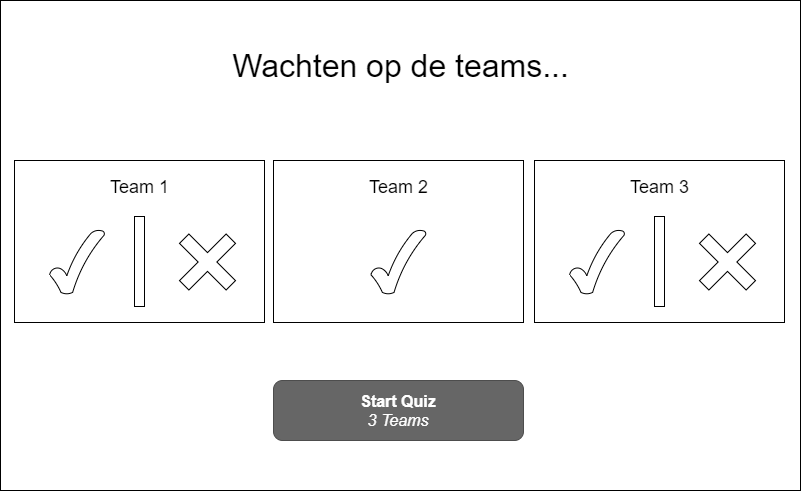
This is Software Guidebook/wireframes/wireframes-Master (applications).png from Patrickroelofs/HANICA-DWA-Quizzer, a draw.io export, as it was before one commit. Source tidied: cells renumbered, new cells last; positions are measured from the earlier drawing's top-left corner, leaving out a move shared by most shapes. Its diagram source:
```xml
<mxGraphModel>
  <root>
    <mxCell id="0" />
    <mxCell id="1" parent="0" />
    <mxCell id="2" style="rounded=0;whiteSpace=wrap;html=1;strokeColor=#000000;fillColor=#ffffff;fontSize=20;" parent="1" vertex="1">
      <mxGeometry width="800" height="490" as="geometry" />
    </mxCell>
    <mxCell id="3" value="&lt;font style=&quot;font-size: 32px&quot;&gt;Wachten op de teams...&lt;/font&gt;" style="text;html=1;align=center;verticalAlign=middle;fillColor=none;strokeColor=none;rounded=0;fontSize=20;" parent="1" vertex="1">
      <mxGeometry x="225" y="50" width="350" height="30" as="geometry" />
    </mxCell>
    <mxCell id="4" style="group;" parent="1" vertex="1">
      <mxGeometry x="14" y="160" width="250" height="162" as="geometry" />
    </mxCell>
    <mxCell id="5" style="rounded=0;whiteSpace=wrap;html=1;strokeColor=#000000;fontSize=18;" parent="4" vertex="1">
      <mxGeometry width="250" height="162" as="geometry" />
    </mxCell>
    <mxCell id="6" value="Team 1" style="text;html=1;align=center;verticalAlign=middle;fillColor=none;strokeColor=none;rounded=0;fontSize=18;" parent="4" vertex="1">
      <mxGeometry x="90" y="12" width="70" height="30" as="geometry" />
    </mxCell>
    <mxCell id="7" style="verticalLabelPosition=bottom;verticalAlign=top;html=1;shape=mxgraph.basic.tick;strokeColor=#000000;fillColor=#ffffff;fontSize=18;" parent="4" vertex="1">
      <mxGeometry x="35.2" y="69.2" width="54.8" height="64.5" as="geometry" />
    </mxCell>
    <mxCell id="8" style="shape=cross;whiteSpace=wrap;html=1;strokeColor=#000000;fillColor=#ffffff;fontSize=18;rotation=45;" parent="4" vertex="1">
      <mxGeometry x="160" y="68.5" width="66" height="66" as="geometry" />
    </mxCell>
    <mxCell id="9" style="whiteSpace=wrap;html=1;strokeColor=#000000;fillColor=#ffffff;fontSize=20;" parent="4" vertex="1">
      <mxGeometry x="120" y="56" width="10" height="90" as="geometry" />
    </mxCell>
    <mxCell id="10" style="group;" parent="1" vertex="1">
      <mxGeometry x="273" y="160" width="250" height="162" as="geometry" />
    </mxCell>
    <mxCell id="11" style="rounded=0;whiteSpace=wrap;html=1;strokeColor=#000000;fontSize=18;" parent="10" vertex="1">
      <mxGeometry width="250" height="162" as="geometry" />
    </mxCell>
    <mxCell id="12" value="Team 2" style="text;html=1;align=center;verticalAlign=middle;fillColor=none;strokeColor=none;rounded=0;fontSize=18;" parent="10" vertex="1">
      <mxGeometry x="90" y="12" width="70" height="30" as="geometry" />
    </mxCell>
    <mxCell id="13" style="verticalLabelPosition=bottom;verticalAlign=top;html=1;shape=mxgraph.basic.tick;strokeColor=#000000;fillColor=#ffffff;fontSize=18;" parent="10" vertex="1">
      <mxGeometry x="97.6" y="69.2" width="54.8" height="64.5" as="geometry" />
    </mxCell>
    <mxCell id="14" style="group;" parent="1" vertex="1">
      <mxGeometry x="534" y="160" width="250" height="162" as="geometry" />
    </mxCell>
    <mxCell id="15" style="rounded=0;whiteSpace=wrap;html=1;strokeColor=#000000;fontSize=18;" parent="14" vertex="1">
      <mxGeometry width="250" height="162" as="geometry" />
    </mxCell>
    <mxCell id="16" value="Team 3" style="text;html=1;align=center;verticalAlign=middle;fillColor=none;strokeColor=none;rounded=0;fontSize=18;" parent="14" vertex="1">
      <mxGeometry x="90" y="12" width="70" height="30" as="geometry" />
    </mxCell>
    <mxCell id="17" style="verticalLabelPosition=bottom;verticalAlign=top;html=1;shape=mxgraph.basic.tick;strokeColor=#000000;fillColor=#ffffff;fontSize=18;" parent="14" vertex="1">
      <mxGeometry x="35.2" y="69.2" width="54.8" height="64.5" as="geometry" />
    </mxCell>
    <mxCell id="18" style="shape=cross;whiteSpace=wrap;html=1;strokeColor=#000000;fillColor=#ffffff;fontSize=18;rotation=45;" parent="14" vertex="1">
      <mxGeometry x="160" y="68.5" width="66" height="66" as="geometry" />
    </mxCell>
    <mxCell id="19" style="whiteSpace=wrap;html=1;strokeColor=#000000;fillColor=#ffffff;fontSize=20;" parent="14" vertex="1">
      <mxGeometry x="120" y="56" width="10" height="90" as="geometry" />
    </mxCell>
    <mxCell id="20" value="&lt;font style=&quot;font-size: 16px&quot;&gt;&lt;b&gt;Start Quiz&lt;/b&gt;&lt;br&gt;&lt;i&gt;3 Teams&lt;/i&gt;&lt;br&gt;&lt;/font&gt;" style="rounded=1;html=1;shadow=0;dashed=0;whiteSpace=wrap;fontSize=10;fillColor=#666666;align=center;strokeColor=#4D4D4D;fontColor=#ffffff;" parent="1" vertex="1">
      <mxGeometry x="273" y="380" width="250" height="60" as="geometry" />
    </mxCell>
  </root>
</mxGraphModel>
```
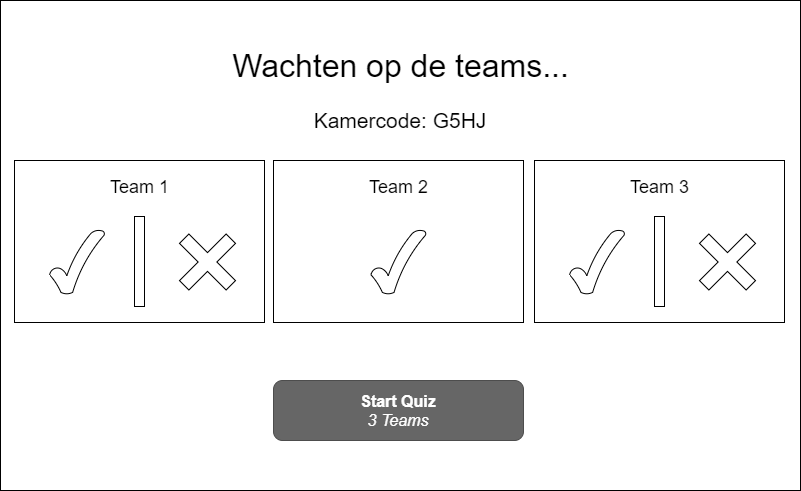
After the commit.

Commit message:
update wireframe add roomcode

Diff of the diagram source:
```diff
@@ -59,5 +59,8 @@
     <mxCell id="20" value="&lt;font style=&quot;font-size: 16px&quot;&gt;&lt;b&gt;Start Quiz&lt;/b&gt;&lt;br&gt;&lt;i&gt;3 Teams&lt;/i&gt;&lt;br&gt;&lt;/font&gt;" style="rounded=1;html=1;shadow=0;dashed=0;whiteSpace=wrap;fontSize=10;fillColor=#666666;align=center;strokeColor=#4D4D4D;fontColor=#ffffff;" parent="1" vertex="1">
       <mxGeometry x="273" y="380" width="250" height="60" as="geometry" />
     </mxCell>
+    <mxCell id="21" value="Kamercode: G5HJ" style="text;html=1;strokeColor=none;fillColor=none;align=center;verticalAlign=middle;whiteSpace=wrap;rounded=0;fontSize=21;" parent="1" vertex="1">
+      <mxGeometry x="295" y="110" width="210" height="20" as="geometry" />
+    </mxCell>
   </root>
 </mxGraphModel>
```
